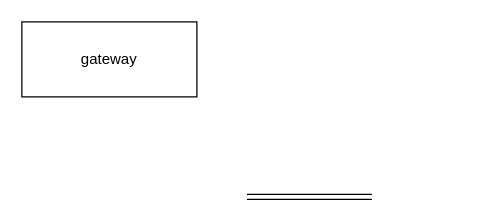
ayush31o5/Printi keeps this draw.io diagram as Untitled Diagram.drawio. Above is the earlier version. Source tidied: cells renumbered, new cells numbered last; positions are measured from the earlier drawing's top-left corner, leaving out a move shared by most shapes. Both pictures are drawn from the tidied source at 125%, with x=0, y=0 at pixel (21, 21).
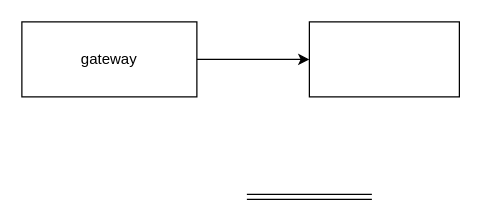
Above is the later version.

Change to the diagram source:
```diff
@@
 <mxGraphModel>
   <root>
     <mxCell id="0" />
     <mxCell id="1" parent="0" />
     <mxCell id="2" value="gateway" style="rounded=0;whiteSpace=wrap;html=1;" parent="1" vertex="1">
       <mxGeometry width="140" height="60" as="geometry" />
     </mxCell>
     <mxCell id="3" style="shape=link;html=1;rounded=0;" parent="1" edge="1">
       <mxGeometry relative="1" as="geometry">
         <mxPoint x="180" y="140" as="sourcePoint" />
         <mxPoint x="280" y="140" as="targetPoint" />
       </mxGeometry>
     </mxCell>
+    <mxCell id="4" style="endArrow=classic;html=1;rounded=0;exitX=1;exitY=0.5;exitDx=0;exitDy=0;" parent="1" edge="1" source="2" target="5">
+      <mxGeometry relative="1" as="geometry" />
+    </mxCell>
+    <mxCell id="5" style="rounded=0;whiteSpace=wrap;html=1;" parent="1" vertex="1">
+      <mxGeometry x="230" width="120" height="60" as="geometry" />
+    </mxCell>
   </root>
 </mxGraphModel>
```
